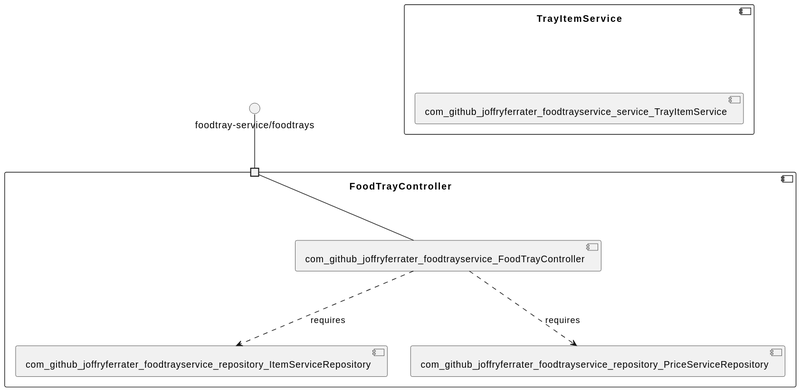
The PlantUML diagram jferrater-tap-and-eat-microservices/model_re/uml/componentDiagram.svg in View-Based-Reverse-Engineering/Retriever-Benchmark, before a commit.
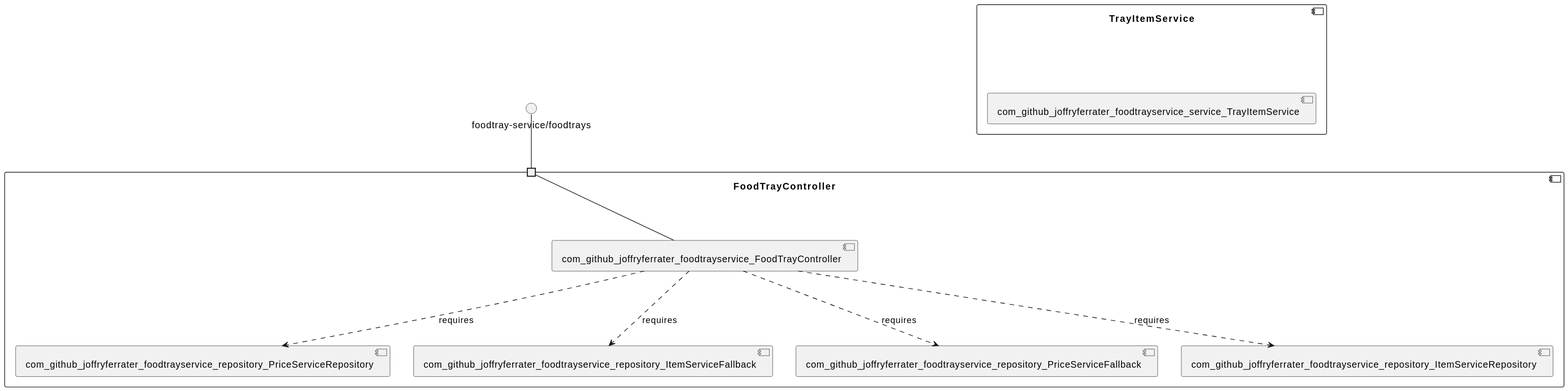
Above is the later version.

What changed in the source:
```diff
@@ -1,12 +1,16 @@
 @startuml
 skinparam fixCircleLabelOverlapping true
 component "FoodTrayController\n\n\n\n\n\n" {
+[com_github_joffryferrater_foodtrayservice_repository_PriceServiceRepository]
+[com_github_joffryferrater_foodtrayservice_repository_ItemServiceFallback]
 [com_github_joffryferrater_foodtrayservice_FoodTrayController]
+[com_github_joffryferrater_foodtrayservice_repository_PriceServiceFallback]
 [com_github_joffryferrater_foodtrayservice_repository_ItemServiceRepository]
-[com_github_joffryferrater_foodtrayservice_repository_PriceServiceRepository]
 portin " " as FoodTrayController.requires.foodtray_service_foodtrays
+[com_github_joffryferrater_foodtrayservice_FoodTrayController]..>[com_github_joffryferrater_foodtrayservice_repository_PriceServiceRepository] : requires
+[com_github_joffryferrater_foodtrayservice_FoodTrayController]..>[com_github_joffryferrater_foodtrayservice_repository_PriceServiceFallback] : requires
+[com_github_joffryferrater_foodtrayservice_FoodTrayController]..>[com_github_joffryferrater_foodtrayservice_repository_ItemServiceFallback] : requires
 [com_github_joffryferrater_foodtrayservice_FoodTrayController]..>[com_github_joffryferrater_foodtrayservice_repository_ItemServiceRepository] : requires
-[com_github_joffryferrater_foodtrayservice_FoodTrayController]..>[com_github_joffryferrater_foodtrayservice_repository_PriceServiceRepository] : requires
 "FoodTrayController.requires.foodtray_service_foodtrays"--[com_github_joffryferrater_foodtrayservice_FoodTrayController]
 }
 interface "foodtray-service/foodtrays" as interface.foodtray_service_foodtrays
```
